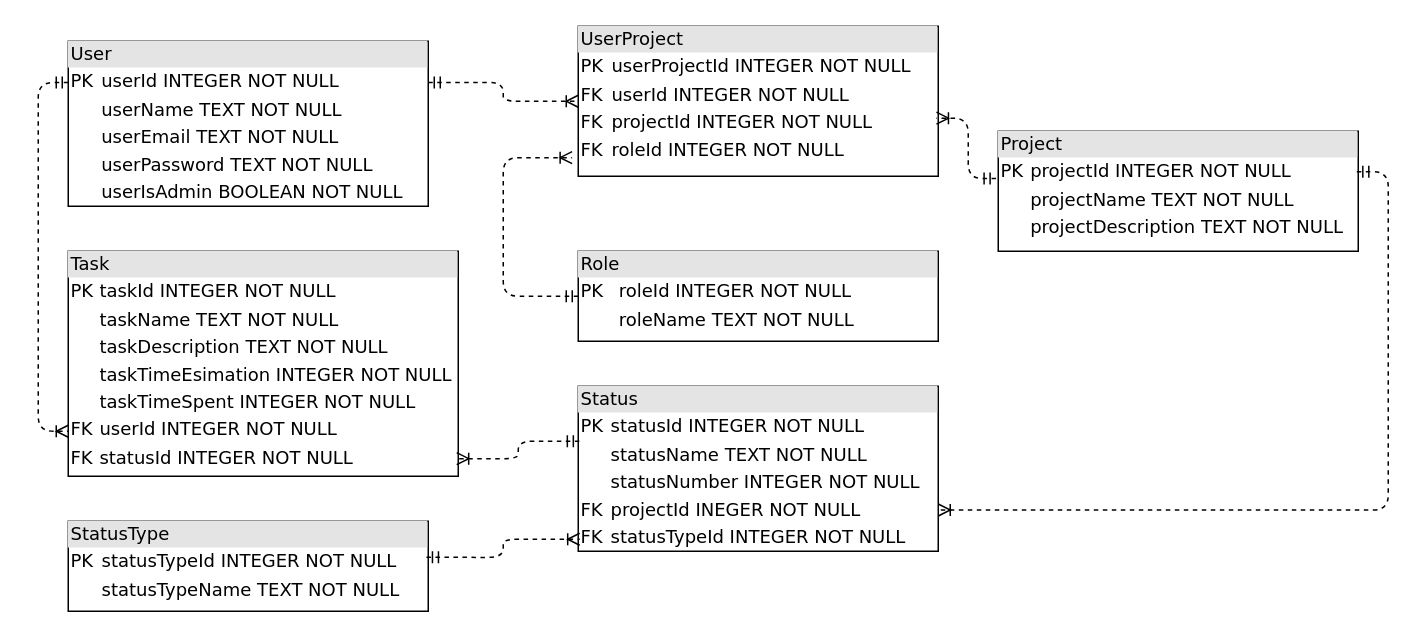
Earlier version of the draw.io diagram docs/raw_diagrams/database.drawio (aVorotnikov/thunder_board). Source tidied: cells renumbered, new cells numbered last; positions are measured from the earlier drawing's top-left corner, leaving out a move shared by most shapes. Both pictures are drawn from the tidied source at 150%, with x=0, y=0 at pixel (38, 26).
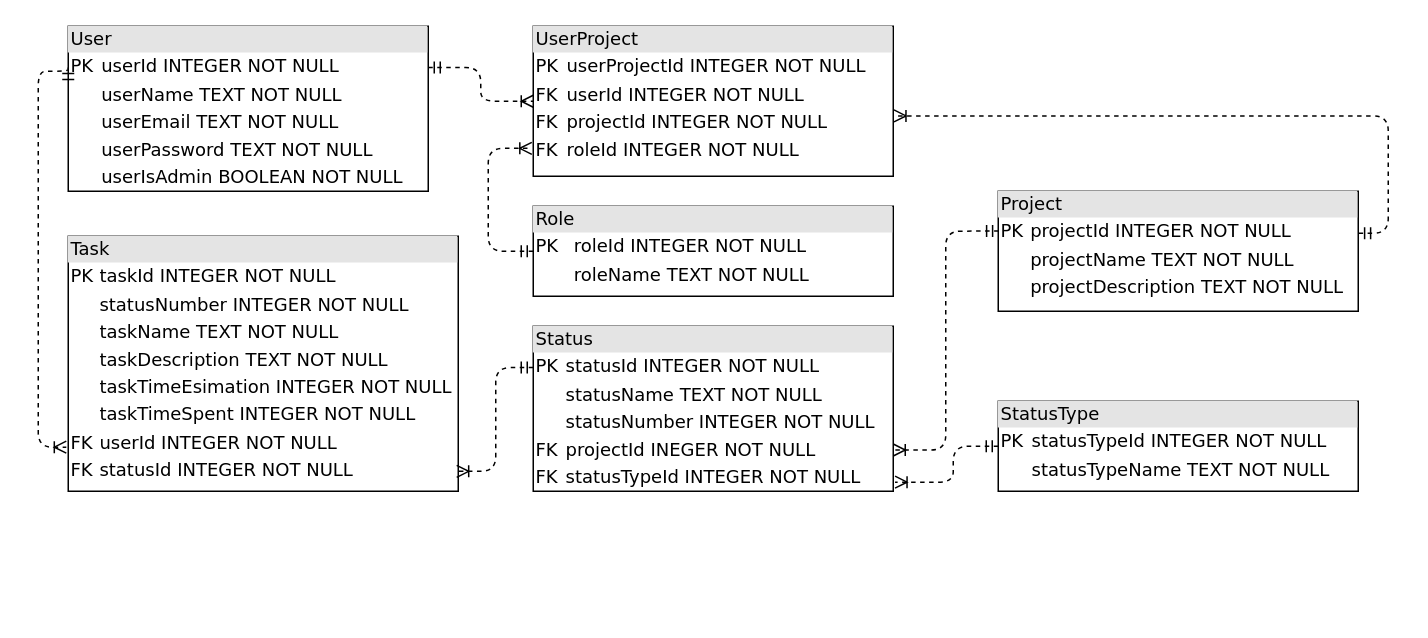
Above is the later version.

Commit message (it also covers changes not shown here):
На схемах в задачу добавлен номер

What changed in the source:
```diff
@@
     <mxCell id="2" value="&lt;div style=&quot;box-sizing: border-box ; width: 100% ; background: #e4e4e4 ; padding: 2px&quot;&gt;User&lt;/div&gt;&lt;table style=&quot;width: 100% ; font-size: 1em&quot; cellpadding=&quot;2&quot; cellspacing=&quot;0&quot;&gt;&lt;tbody&gt;&lt;tr&gt;&lt;td&gt;PK&lt;/td&gt;&lt;td&gt;userId INTEGER NOT NULL&lt;/td&gt;&lt;/tr&gt;&lt;tr&gt;&lt;td&gt;&lt;br&gt;&lt;/td&gt;&lt;td&gt;userName TEXT NOT NULL&lt;/td&gt;&lt;/tr&gt;&lt;tr&gt;&lt;td&gt;&lt;br&gt;&lt;/td&gt;&lt;td&gt;userEmail TEXT NOT NULL&lt;/td&gt;&lt;/tr&gt;&lt;tr&gt;&lt;td&gt;&lt;/td&gt;&lt;td&gt;userPassword TEXT NOT NULL&lt;/td&gt;&lt;/tr&gt;&lt;tr&gt;&lt;td&gt;&lt;br&gt;&lt;/td&gt;&lt;td&gt;userIsAdmin BOOLEAN NOT NULL&lt;br&gt;&lt;/td&gt;&lt;/tr&gt;&lt;/tbody&gt;&lt;/table&gt;" style="verticalAlign=top;align=left;overflow=fill;html=1;rounded=0;shadow=0;comic=0;labelBackgroundColor=none;strokeWidth=1;fontFamily=Verdana;fontSize=12;" parent="1" vertex="1">
-      <mxGeometry x="20" y="10" width="240" height="110" as="geometry" />
+      <mxGeometry x="20" width="240" height="110" as="geometry" />
     </mxCell>
     <mxCell id="3" value="&lt;div style=&quot;box-sizing: border-box ; width: 100% ; background: #e4e4e4 ; padding: 2px&quot;&gt;Project&lt;/div&gt;&lt;table style=&quot;width: 100% ; font-size: 1em&quot; cellpadding=&quot;2&quot; cellspacing=&quot;0&quot;&gt;&lt;tbody&gt;&lt;tr&gt;&lt;td&gt;PK&lt;/td&gt;&lt;td&gt;projectId INTEGER NOT NULL&lt;/td&gt;&lt;/tr&gt;&lt;tr&gt;&lt;td&gt;&lt;br&gt;&lt;/td&gt;&lt;td&gt;projectName TEXT NOT NULL&lt;/td&gt;&lt;/tr&gt;&lt;tr&gt;&lt;td&gt;&lt;/td&gt;&lt;td&gt;projectDescription TEXT NOT NULL&lt;/td&gt;&lt;/tr&gt;&lt;tr&gt;&lt;td&gt;&lt;br&gt;&lt;/td&gt;&lt;td&gt;&lt;br&gt;&lt;/td&gt;&lt;/tr&gt;&lt;/tbody&gt;&lt;/table&gt;" style="verticalAlign=top;align=left;overflow=fill;html=1;rounded=0;shadow=0;comic=0;labelBackgroundColor=none;strokeWidth=1;fontFamily=Verdana;fontSize=12;" parent="1" vertex="1">
-      <mxGeometry x="640" y="70" width="240" height="80" as="geometry" />
+      <mxGeometry x="640" y="110" width="240" height="80" as="geometry" />
     </mxCell>
     <mxCell id="4" value="&lt;div style=&quot;box-sizing: border-box ; width: 100% ; background: #e4e4e4 ; padding: 2px&quot;&gt;UserProject&lt;/div&gt;&lt;table style=&quot;width: 100% ; font-size: 1em&quot; cellpadding=&quot;2&quot; cellspacing=&quot;0&quot;&gt;&lt;tbody&gt;&lt;tr&gt;&lt;td&gt;PK&lt;/td&gt;&lt;td&gt;userProjectId INTEGER NOT NULL&lt;/td&gt;&lt;/tr&gt;&lt;tr&gt;&lt;td&gt;FK&lt;/td&gt;&lt;td&gt;userId INTEGER NOT NULL&lt;/td&gt;&lt;/tr&gt;&lt;tr&gt;&lt;td&gt;FK&lt;/td&gt;&lt;td&gt;projectId INTEGER NOT NULL&lt;/td&gt;&lt;/tr&gt;&lt;tr&gt;&lt;td&gt;FK&lt;br&gt;&lt;/td&gt;&lt;td&gt;roleId INTEGER NOT NULL&lt;br&gt;&lt;/td&gt;&lt;/tr&gt;&lt;/tbody&gt;&lt;/table&gt;" style="verticalAlign=top;align=left;overflow=fill;html=1;rounded=0;shadow=0;comic=0;labelBackgroundColor=none;strokeWidth=1;fontFamily=Verdana;fontSize=12;" parent="1" vertex="1">
-      <mxGeometry x="360" width="240" height="100" as="geometry" />
+      <mxGeometry x="330" width="240" height="100" as="geometry" />
     </mxCell>
-    <mxCell id="5" style="edgeStyle=orthogonalEdgeStyle;html=1;dashed=1;labelBackgroundColor=none;startArrow=ERmandOne;endArrow=ERoneToMany;fontFamily=Verdana;fontSize=12;align=left;entryX=0;entryY=0.5;entryDx=0;entryDy=0;exitX=1;exitY=0.25;exitDx=0;exitDy=0;" parent="1" edge="1" source="2" target="4">
+    <mxCell id="5" style="edgeStyle=orthogonalEdgeStyle;html=1;dashed=1;labelBackgroundColor=none;startArrow=ERmandOne;endArrow=ERoneToMany;fontFamily=Verdana;fontSize=12;align=left;exitX=1;exitY=0.25;exitDx=0;exitDy=0;entryX=0;entryY=0.5;entryDx=0;entryDy=0;" parent="1" edge="1" source="2" target="4">
       <mxGeometry relative="1" as="geometry" />
     </mxCell>
-    <mxCell id="6" style="edgeStyle=orthogonalEdgeStyle;html=1;dashed=1;labelBackgroundColor=none;startArrow=ERmandOne;endArrow=ERoneToMany;fontFamily=Verdana;fontSize=12;align=left;entryX=0.995;entryY=0.613;entryDx=0;entryDy=0;exitX=-0.006;exitY=0.394;exitDx=0;exitDy=0;exitPerimeter=0;entryPerimeter=0;" parent="1" edge="1" source="3" target="4">
-      <mxGeometry relative="1" as="geometry" />
+    <mxCell id="6" style="edgeStyle=orthogonalEdgeStyle;html=1;dashed=1;labelBackgroundColor=none;startArrow=ERmandOne;endArrow=ERoneToMany;fontFamily=Verdana;fontSize=12;align=left;exitX=1.001;exitY=0.35;exitDx=0;exitDy=0;exitPerimeter=0;entryX=1.002;entryY=0.598;entryDx=0;entryDy=0;entryPerimeter=0;" parent="1" edge="1" source="3" target="4">
+      <mxGeometry relative="1" as="geometry">
+        <Array as="points">
+          <mxPoint x="900" y="138" />
+          <mxPoint x="900" y="60" />
+        </Array>
+      </mxGeometry>
     </mxCell>
     <mxCell id="7" value="&lt;div style=&quot;box-sizing: border-box ; width: 100% ; background: #e4e4e4 ; padding: 2px&quot;&gt;Role&lt;/div&gt;&lt;table style=&quot;width: 100% ; font-size: 1em&quot; cellpadding=&quot;2&quot; cellspacing=&quot;0&quot;&gt;&lt;tbody&gt;&lt;tr&gt;&lt;td&gt;PK&lt;/td&gt;&lt;td&gt;roleId INTEGER NOT NULL&lt;/td&gt;&lt;/tr&gt;&lt;tr&gt;&lt;td&gt;&lt;br&gt;&lt;/td&gt;&lt;td&gt;roleName TEXT NOT NULL&lt;/td&gt;&lt;/tr&gt;&lt;tr&gt;&lt;td&gt;&lt;/td&gt;&lt;td&gt;&lt;/td&gt;&lt;/tr&gt;&lt;/tbody&gt;&lt;/table&gt;" style="verticalAlign=top;align=left;overflow=fill;html=1;rounded=0;shadow=0;comic=0;labelBackgroundColor=none;strokeWidth=1;fontFamily=Verdana;fontSize=12;" parent="1" vertex="1">
-      <mxGeometry x="360" y="150" width="240" height="60" as="geometry" />
+      <mxGeometry x="330" y="120" width="240" height="60" as="geometry" />
     </mxCell>
-    <mxCell id="8" style="edgeStyle=orthogonalEdgeStyle;html=1;dashed=1;labelBackgroundColor=none;startArrow=ERmandOne;endArrow=ERoneToMany;fontFamily=Verdana;fontSize=12;align=left;entryX=-0.017;entryY=0.876;entryDx=0;entryDy=0;exitX=0;exitY=0.5;exitDx=0;exitDy=0;entryPerimeter=0;" parent="1" edge="1" source="7" target="4">
+    <mxCell id="8" style="edgeStyle=orthogonalEdgeStyle;html=1;dashed=1;labelBackgroundColor=none;startArrow=ERmandOne;endArrow=ERoneToMany;fontFamily=Verdana;fontSize=12;align=left;entryX=-0.004;entryY=0.814;entryDx=0;entryDy=0;exitX=0;exitY=0.5;exitDx=0;exitDy=0;entryPerimeter=0;" parent="1" edge="1" source="7" target="4">
       <mxGeometry relative="1" as="geometry">
         <Array as="points">
-          <mxPoint x="310" y="180" />
-          <mxPoint x="310" y="88" />
+          <mxPoint x="300" y="150" />
+          <mxPoint x="300" y="81" />
+          <mxPoint x="329" y="81" />
         </Array>
       </mxGeometry>
     </mxCell>
-    <mxCell id="9" value="&lt;div style=&quot;box-sizing: border-box ; width: 100% ; background: #e4e4e4 ; padding: 2px&quot;&gt;Task&lt;/div&gt;&lt;table style=&quot;width: 100% ; font-size: 1em&quot; cellpadding=&quot;2&quot; cellspacing=&quot;0&quot;&gt;&lt;tbody&gt;&lt;tr&gt;&lt;td&gt;PK&lt;/td&gt;&lt;td&gt;taskId INTEGER NOT NULL&lt;/td&gt;&lt;/tr&gt;&lt;tr&gt;&lt;td&gt;&lt;br&gt;&lt;/td&gt;&lt;td&gt;taskName TEXT NOT NULL&lt;/td&gt;&lt;/tr&gt;&lt;tr&gt;&lt;td&gt;&lt;/td&gt;&lt;td&gt;taskDescription TEXT NOT NULL&lt;br&gt;&lt;/td&gt;&lt;/tr&gt;&lt;tr&gt;&lt;td&gt;&lt;br&gt;&lt;/td&gt;&lt;td&gt;taskTimeEsimation INTEGER NOT NULL&lt;br&gt;&lt;/td&gt;&lt;/tr&gt;&lt;tr&gt;&lt;td&gt;&lt;br&gt;&lt;/td&gt;&lt;td&gt;taskTimeSpent INTEGER NOT NULL&lt;br&gt;&lt;/td&gt;&lt;/tr&gt;&lt;tr&gt;&lt;td&gt;FK&lt;/td&gt;&lt;td&gt;userId INTEGER NOT NULL&lt;/td&gt;&lt;/tr&gt;&lt;tr&gt;&lt;td&gt;FK&lt;/td&gt;&lt;td&gt;statusId INTEGER NOT NULL&lt;/td&gt;&lt;/tr&gt;&lt;/tbody&gt;&lt;/table&gt;" style="verticalAlign=top;align=left;overflow=fill;html=1;rounded=0;shadow=0;comic=0;labelBackgroundColor=none;strokeWidth=1;fontFamily=Verdana;fontSize=12;" parent="1" vertex="1">
-      <mxGeometry x="20" y="150" width="260" height="150" as="geometry" />
+    <mxCell id="9" value="&lt;div style=&quot;box-sizing: border-box ; width: 100% ; background: #e4e4e4 ; padding: 2px&quot;&gt;Task&lt;/div&gt;&lt;table style=&quot;width: 100% ; font-size: 1em&quot; cellpadding=&quot;2&quot; cellspacing=&quot;0&quot;&gt;&lt;tbody&gt;&lt;tr&gt;&lt;td&gt;PK&lt;/td&gt;&lt;td&gt;taskId INTEGER NOT NULL&lt;/td&gt;&lt;/tr&gt;&lt;tr&gt;&lt;td&gt;&lt;br&gt;&lt;/td&gt;&lt;td&gt;statusNumber INTEGER NOT NULL&lt;/td&gt;&lt;/tr&gt;&lt;tr&gt;&lt;td&gt;&lt;br&gt;&lt;/td&gt;&lt;td&gt;taskName TEXT NOT NULL&lt;/td&gt;&lt;/tr&gt;&lt;tr&gt;&lt;td&gt;&lt;/td&gt;&lt;td&gt;taskDescription TEXT NOT NULL&lt;br&gt;&lt;/td&gt;&lt;/tr&gt;&lt;tr&gt;&lt;td&gt;&lt;br&gt;&lt;/td&gt;&lt;td&gt;taskTimeEsimation INTEGER NOT NULL&lt;br&gt;&lt;/td&gt;&lt;/tr&gt;&lt;tr&gt;&lt;td&gt;&lt;br&gt;&lt;/td&gt;&lt;td&gt;taskTimeSpent INTEGER NOT NULL&lt;br&gt;&lt;/td&gt;&lt;/tr&gt;&lt;tr&gt;&lt;td&gt;FK&lt;/td&gt;&lt;td&gt;userId INTEGER NOT NULL&lt;/td&gt;&lt;/tr&gt;&lt;tr&gt;&lt;td&gt;FK&lt;/td&gt;&lt;td&gt;statusId INTEGER NOT NULL&lt;/td&gt;&lt;/tr&gt;&lt;/tbody&gt;&lt;/table&gt;" style="verticalAlign=top;align=left;overflow=fill;html=1;rounded=0;shadow=0;comic=0;labelBackgroundColor=none;strokeWidth=1;fontFamily=Verdana;fontSize=12;" parent="1" vertex="1">
+      <mxGeometry x="20" y="140" width="260" height="170" as="geometry" />
     </mxCell>
-    <mxCell id="10" style="edgeStyle=orthogonalEdgeStyle;html=1;dashed=1;labelBackgroundColor=none;startArrow=ERmandOne;endArrow=ERoneToMany;fontFamily=Verdana;fontSize=12;align=left;exitX=0;exitY=0.25;exitDx=0;exitDy=0;" parent="1" edge="1" source="2" target="9">
+    <mxCell id="10" style="edgeStyle=orthogonalEdgeStyle;html=1;dashed=1;labelBackgroundColor=none;startArrow=ERmandOne;endArrow=ERoneToMany;fontFamily=Verdana;fontSize=12;align=left;exitX=0;exitY=0.25;exitDx=0;exitDy=0;entryX=-0.005;entryY=0.827;entryDx=0;entryDy=0;entryPerimeter=0;" parent="1" edge="1" source="2" target="9">
       <mxGeometry relative="1" as="geometry">
         <Array as="points">
-          <mxPoint y="38" />
-          <mxPoint y="270" />
+          <mxPoint x="20" y="30" />
+          <mxPoint y="30" />
+          <mxPoint y="280" />
+          <mxPoint x="19" y="280" />
         </Array>
       </mxGeometry>
     </mxCell>
     <mxCell id="11" value="&lt;div style=&quot;box-sizing: border-box ; width: 100% ; background: #e4e4e4 ; padding: 2px&quot;&gt;Status&lt;/div&gt;&lt;table style=&quot;width: 100% ; font-size: 1em&quot; cellpadding=&quot;2&quot; cellspacing=&quot;0&quot;&gt;&lt;tbody&gt;&lt;tr&gt;&lt;td&gt;PK&lt;/td&gt;&lt;td&gt;statusId INTEGER NOT NULL&lt;/td&gt;&lt;/tr&gt;&lt;tr&gt;&lt;td&gt;&lt;br&gt;&lt;/td&gt;&lt;td&gt;statusName TEXT NOT NULL&lt;/td&gt;&lt;/tr&gt;&lt;tr&gt;&lt;td&gt;&lt;br&gt;&lt;/td&gt;&lt;td&gt;statusNumber INTEGER NOT NULL&lt;/td&gt;&lt;/tr&gt;&lt;tr&gt;&lt;td&gt;FK&lt;/td&gt;&lt;td&gt;projectId INEGER NOT NULL&lt;/td&gt;&lt;/tr&gt;&lt;tr&gt;&lt;td&gt;FK&lt;/td&gt;&lt;td&gt;statusTypeId INTEGER NOT NULL&lt;/td&gt;&lt;/tr&gt;&lt;/tbody&gt;&lt;/table&gt;" style="verticalAlign=top;align=left;overflow=fill;html=1;rounded=0;shadow=0;comic=0;labelBackgroundColor=none;strokeWidth=1;fontFamily=Verdana;fontSize=12;" parent="1" vertex="1">
-      <mxGeometry x="360" y="240" width="240" height="110" as="geometry" />
+      <mxGeometry x="330" y="200" width="240" height="110" as="geometry" />
     </mxCell>
     <mxCell id="12" value="&lt;div style=&quot;box-sizing: border-box ; width: 100% ; background: #e4e4e4 ; padding: 2px&quot;&gt;StatusType&lt;/div&gt;&lt;table style=&quot;width: 100% ; font-size: 1em&quot; cellpadding=&quot;2&quot; cellspacing=&quot;0&quot;&gt;&lt;tbody&gt;&lt;tr&gt;&lt;td&gt;PK&lt;/td&gt;&lt;td&gt;statusTypeId INTEGER NOT NULL&lt;/td&gt;&lt;/tr&gt;&lt;tr&gt;&lt;td&gt;&lt;br&gt;&lt;/td&gt;&lt;td&gt;statusTypeName TEXT NOT NULL&lt;/td&gt;&lt;/tr&gt;&lt;tr&gt;&lt;td&gt;&lt;/td&gt;&lt;td&gt;&lt;/td&gt;&lt;/tr&gt;&lt;/tbody&gt;&lt;/table&gt;" style="verticalAlign=top;align=left;overflow=fill;html=1;rounded=0;shadow=0;comic=0;labelBackgroundColor=none;strokeWidth=1;fontFamily=Verdana;fontSize=12;" parent="1" vertex="1">
-      <mxGeometry x="20" y="330" width="240" height="60" as="geometry" />
+      <mxGeometry x="640" y="250" width="240" height="60" as="geometry" />
     </mxCell>
-    <mxCell id="13" style="edgeStyle=orthogonalEdgeStyle;html=1;dashed=1;labelBackgroundColor=none;startArrow=ERmandOne;endArrow=ERoneToMany;fontFamily=Verdana;fontSize=12;align=left;entryX=0.004;entryY=0.927;entryDx=0;entryDy=0;entryPerimeter=0;exitX=0.995;exitY=0.401;exitDx=0;exitDy=0;exitPerimeter=0;" parent="1" edge="1" source="12" target="11">
-      <mxGeometry relative="1" as="geometry" />
+    <mxCell id="13" style="edgeStyle=orthogonalEdgeStyle;html=1;dashed=1;labelBackgroundColor=none;startArrow=ERmandOne;endArrow=ERoneToMany;fontFamily=Verdana;fontSize=12;align=left;entryX=1.005;entryY=0.945;entryDx=0;entryDy=0;entryPerimeter=0;exitX=0;exitY=0.5;exitDx=0;exitDy=0;" parent="1" edge="1" source="12" target="11">
+      <mxGeometry relative="1" as="geometry">
+        <Array as="points">
+          <mxPoint x="610" y="280" />
+          <mxPoint x="610" y="304" />
+        </Array>
+      </mxGeometry>
     </mxCell>
-    <mxCell id="14" style="edgeStyle=orthogonalEdgeStyle;html=1;dashed=1;labelBackgroundColor=none;startArrow=ERmandOne;endArrow=ERoneToMany;fontFamily=Verdana;fontSize=12;align=left;exitX=0.003;exitY=0.333;exitDx=0;exitDy=0;exitPerimeter=0;entryX=0.996;entryY=0.922;entryDx=0;entryDy=0;entryPerimeter=0;" parent="1" edge="1" source="11" target="9">
+    <mxCell id="14" style="edgeStyle=orthogonalEdgeStyle;html=1;dashed=1;labelBackgroundColor=none;startArrow=ERmandOne;endArrow=ERoneToMany;fontFamily=Verdana;fontSize=12;align=left;exitX=0;exitY=0.25;exitDx=0;exitDy=0;entryX=0.996;entryY=0.922;entryDx=0;entryDy=0;entryPerimeter=0;" parent="1" edge="1" source="11" target="9">
       <mxGeometry relative="1" as="geometry" />
     </mxCell>
-    <mxCell id="15" style="edgeStyle=orthogonalEdgeStyle;html=1;dashed=1;labelBackgroundColor=none;startArrow=ERmandOne;endArrow=ERoneToMany;fontFamily=Verdana;fontSize=12;align=left;entryX=1;entryY=0.75;entryDx=0;entryDy=0;exitX=0.996;exitY=0.338;exitDx=0;exitDy=0;exitPerimeter=0;" parent="1" edge="1" source="3" target="11">
-      <mxGeometry relative="1" as="geometry">
-        <Array as="points">
-          <mxPoint x="900" y="97" />
-          <mxPoint x="900" y="323" />
-        </Array>
-      </mxGeometry>
+    <mxCell id="15" style="edgeStyle=orthogonalEdgeStyle;html=1;dashed=1;labelBackgroundColor=none;startArrow=ERmandOne;endArrow=ERoneToMany;fontFamily=Verdana;fontSize=12;align=left;entryX=1;entryY=0.75;entryDx=0;entryDy=0;exitX=0.001;exitY=0.332;exitDx=0;exitDy=0;exitPerimeter=0;" parent="1" edge="1" source="3" target="11">
+      <mxGeometry relative="1" as="geometry" />
     </mxCell>
```
